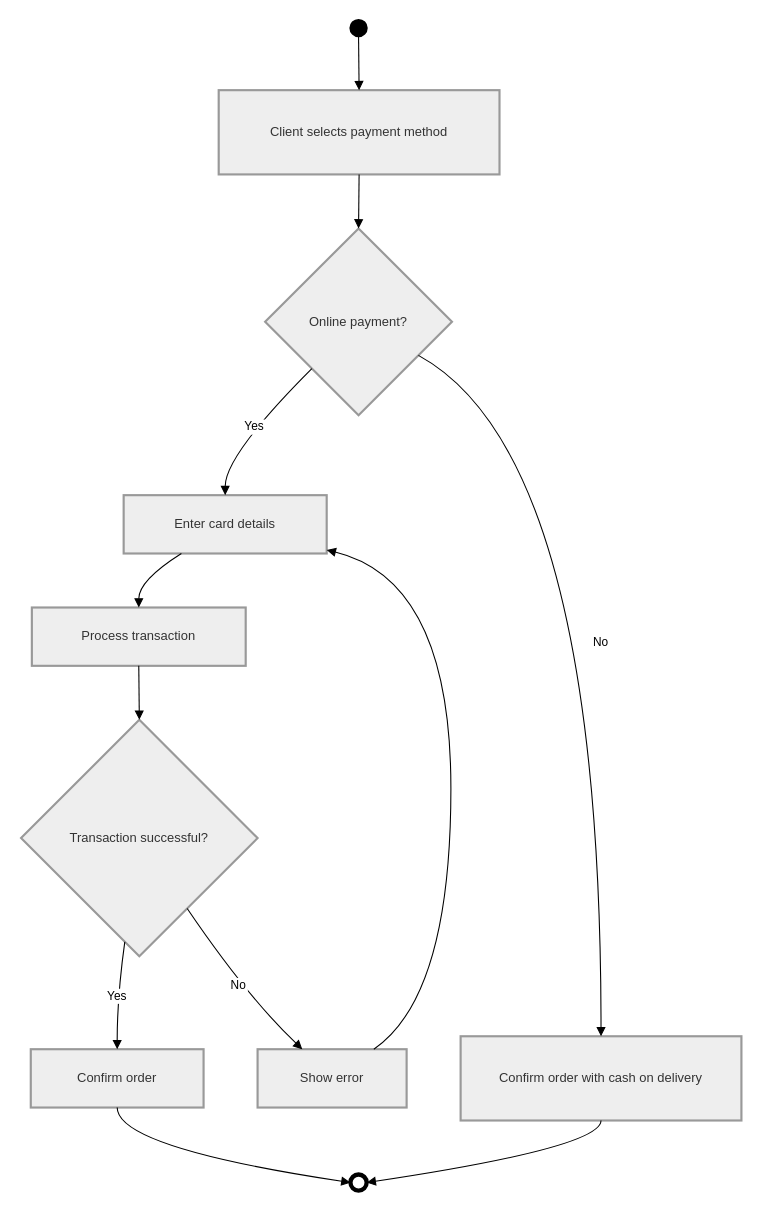
Above: lab1/diagrams/activity.drawio in Taffy-hab/visual-programming-labs--Kunda- (draw.io), before the change. Source tidied: cells renumbered, new cells numbered last; positions are measured from the earlier drawing's top-left corner, leaving out a move shared by most shapes. Both pictures are drawn from the tidied source at 108%, with x=0, y=0 at pixel (21, 19).
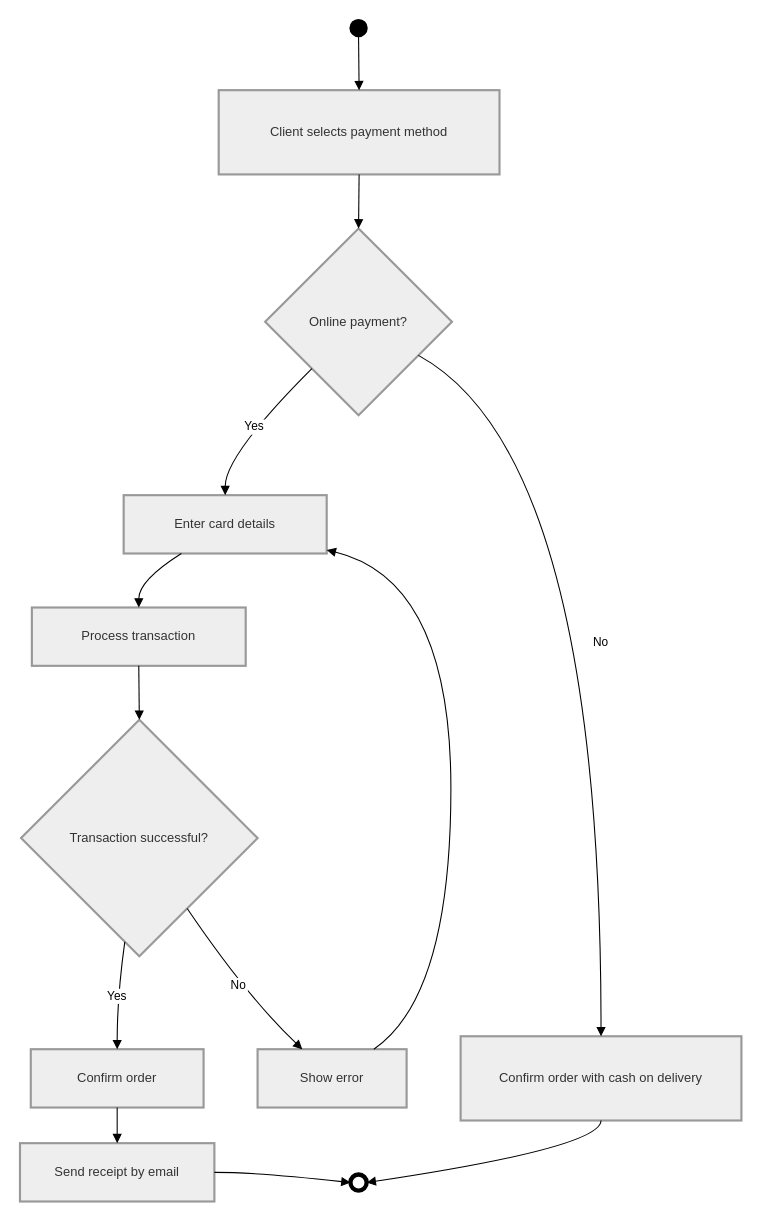
The same diagram, later.

Commit message (it also covers changes not shown here):
add minor changes (UML, Sequence, Flowchart)

Unchanged cells that the change refers to:
```xml
<mxCell id="8" value="Confirm order" style="whiteSpace=wrap;strokeWidth=2;fillColor=light-dark(#eeeeee,#1f2020);strokeColor=light-dark(#999999,#cccccc);fontColor=light-dark(#333333,#cccccc);" parent="1" vertex="1">
  <mxGeometry x="9" y="953" width="160" height="54" as="geometry" />
</mxCell>
<mxCell id="11" style="ellipse;strokeWidth=4;whiteSpace=wrap;fillColor=#fff;strokeColor=#000;fontColor=light-dark(#333333,#cccccc);" parent="1" vertex="1">
  <mxGeometry x="305" y="1069" width="15" height="15" as="geometry" />
</mxCell>
```

The edit, as a diff of the source:
```diff
@@
+    <mxCell id="23" value="Send receipt by email" style="whiteSpace=wrap;strokeWidth=2;fillColor=light-dark(#eeeeee,#1f2020);strokeColor=light-dark(#999999,#cccccc);fontColor=light-dark(#333333,#cccccc);" parent="1" vertex="1">
+      <mxGeometry x="-1" y="1040" width="180" height="54" as="geometry" />
+    </mxCell>
@@
-    <mxCell id="21" style="curved=1;startArrow=none;endArrow=block;exitX=0.5;exitY=1;entryX=0.03;entryY=0.44;rounded=0;" parent="1" edge="1" source="8" target="11">
+    <mxCell id="21" style="curved=1;startArrow=none;endArrow=block;exitX=0.5;exitY=1;entryX=0.5;entryY=0;rounded=0;" parent="1" edge="1" source="8" target="23">
       <mxGeometry relative="1" as="geometry">
         <Array as="points">
-          <mxPoint x="89" y="1044" />
+          <mxPoint x="89" y="1020" />
         </Array>
       </mxGeometry>
     </mxCell>
@@
+    <mxCell id="24" style="curved=1;startArrow=none;endArrow=block;exitX=1;exitY=0.5;entryX=0;entryY=0.5;rounded=0;" parent="1" edge="1" source="23" target="11">
+      <mxGeometry relative="1" as="geometry">
+        <Array as="points">
+          <mxPoint x="220" y="1067" />
+        </Array>
+      </mxGeometry>
+    </mxCell>
```
